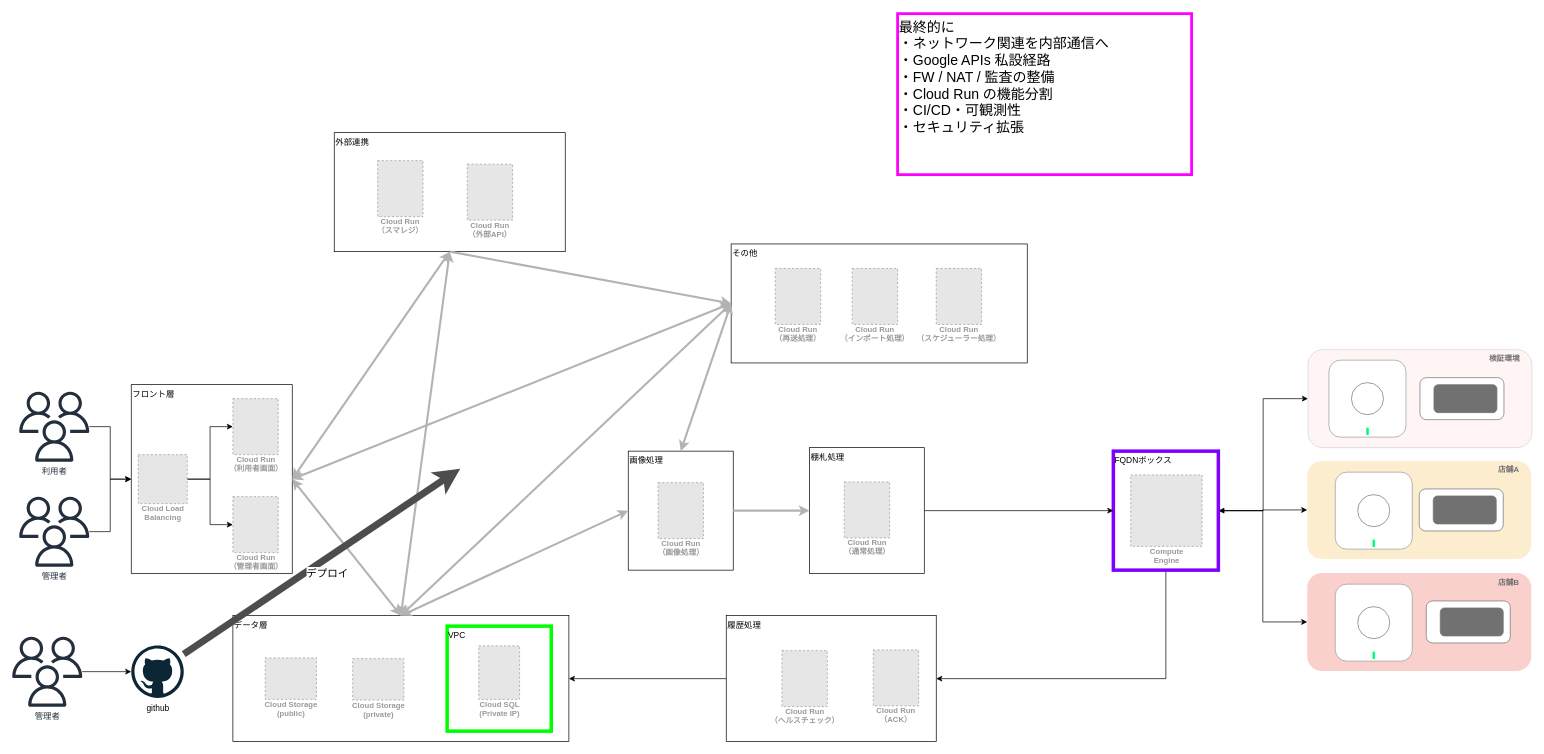
Above: page "フェーズ2" (2 of 2) of 202510_tagel_architecture_overview.drawio in abdi-saito/tagel-architecture (draw.io), before the change. Source tidied: cells renumbered, new cells numbered last; positions are measured from the earlier drawing's top-left corner, leaving out a move shared by most shapes. Both pictures are drawn from the tidied source at 70%, with x=0, y=0 at pixel (12, 13). Pictures stored in the file or linked from it are replaced by grey dashed boxes.
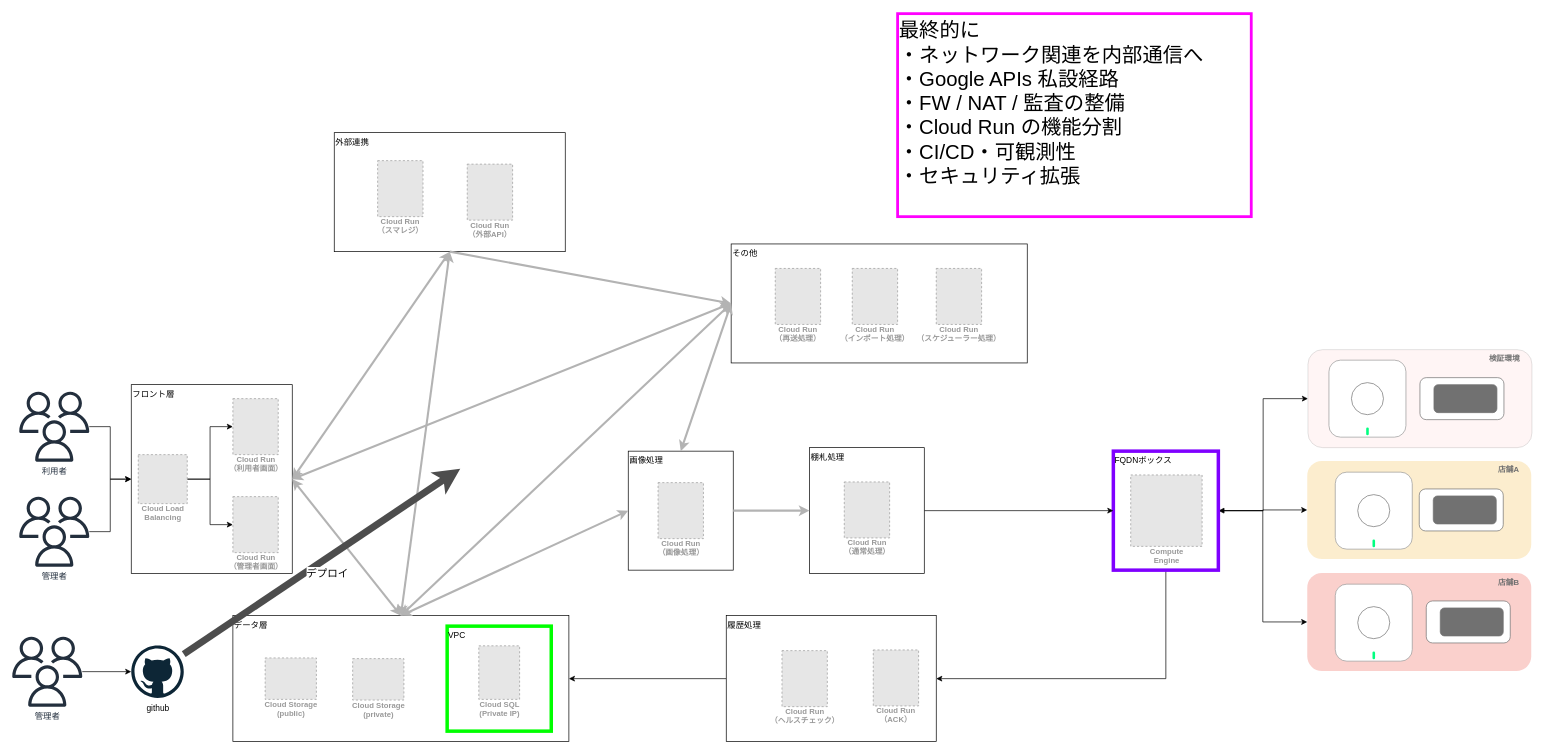
The same page after the edit.

Commit message:
202510_tagel_architecture_overview.drawio を更新します

Diff of the diagram source:
```diff
@@
-    <mxCell id="72" value="&lt;font style=&quot;font-size: 20px;&quot;&gt;最終的に&lt;/font&gt;&lt;div&gt;&lt;font style=&quot;font-size: 20px;&quot;&gt;・ネットワーク関連を内部通信へ&lt;/font&gt;&lt;/div&gt;&lt;div&gt;&lt;font style=&quot;font-size: 20px;&quot;&gt;・Google APIs 私設経路&lt;/font&gt;&lt;/div&gt;&lt;div&gt;&lt;font style=&quot;font-size: 20px;&quot;&gt;・FW / NAT / 監査の整備&lt;br&gt;・Cloud Run の機能分割&lt;/font&gt;&lt;/div&gt;&lt;div&gt;&lt;font style=&quot;font-size: 20px;&quot;&gt;・CI/CD・可観測性&lt;/font&gt;&lt;/div&gt;&lt;div&gt;&lt;font style=&quot;font-size: 20px;&quot;&gt;・セキュリティ拡張&lt;/font&gt;&lt;/div&gt;" style="rounded=0;whiteSpace=wrap;html=1;align=left;verticalAlign=top;fontSize=15;strokeWidth=4;strokeColor=#FF00FF;" parent="1" vertex="1">
-      <mxGeometry x="1264.8" width="420" height="230" as="geometry" />
+    <mxCell id="72" value="&lt;font style=&quot;font-size: 29px;&quot;&gt;最終的に&lt;/font&gt;&lt;div&gt;&lt;font style=&quot;font-size: 29px;&quot;&gt;・ネットワーク関連を内部通信へ&lt;/font&gt;&lt;/div&gt;&lt;div&gt;&lt;font style=&quot;font-size: 29px;&quot;&gt;・Google APIs 私設経路&lt;/font&gt;&lt;/div&gt;&lt;div&gt;&lt;font style=&quot;font-size: 29px;&quot;&gt;・FW / NAT / 監査の整備&lt;br&gt;・Cloud Run の機能分割&lt;/font&gt;&lt;/div&gt;&lt;div&gt;&lt;font style=&quot;font-size: 29px;&quot;&gt;・CI/CD・可観測性&lt;/font&gt;&lt;/div&gt;&lt;div&gt;&lt;font style=&quot;font-size: 29px;&quot;&gt;・セキュリティ拡張&lt;/font&gt;&lt;/div&gt;" style="rounded=0;whiteSpace=wrap;html=1;align=left;verticalAlign=top;fontSize=15;strokeWidth=4;strokeColor=#FF00FF;" parent="1" vertex="1">
+      <mxGeometry x="1264.8" width="505.2" height="290" as="geometry" />
     </mxCell>
```
